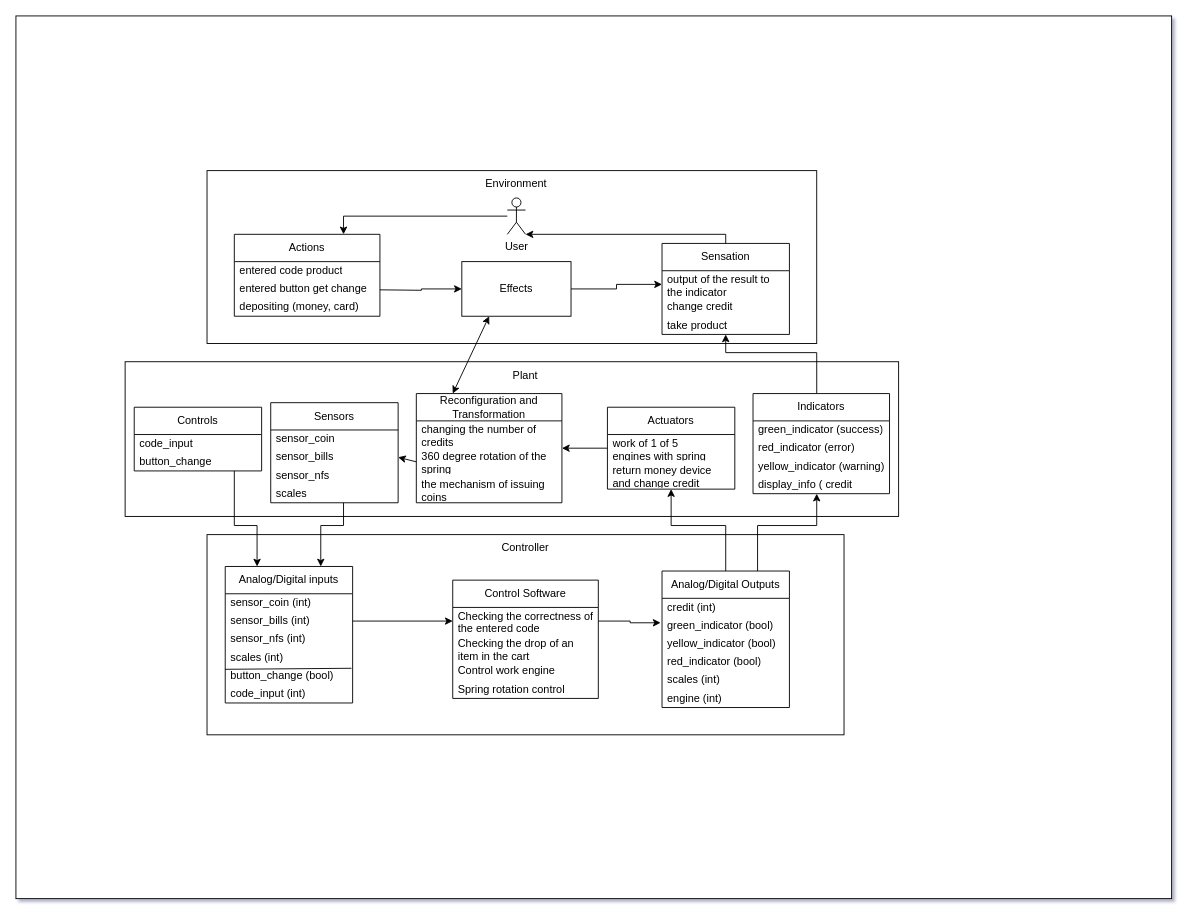
EmelyanovAlexey/Artificial_intelligence keeps this draw.io diagram as Диаграмма без названия.drawio. Above is the earlier version. Source tidied: cells renumbered, new cells numbered last; positions are measured from the earlier drawing's top-left corner, leaving out a move shared by most shapes. Both pictures are drawn from the tidied source at 91%, with x=0, y=0 at pixel (15, 15).
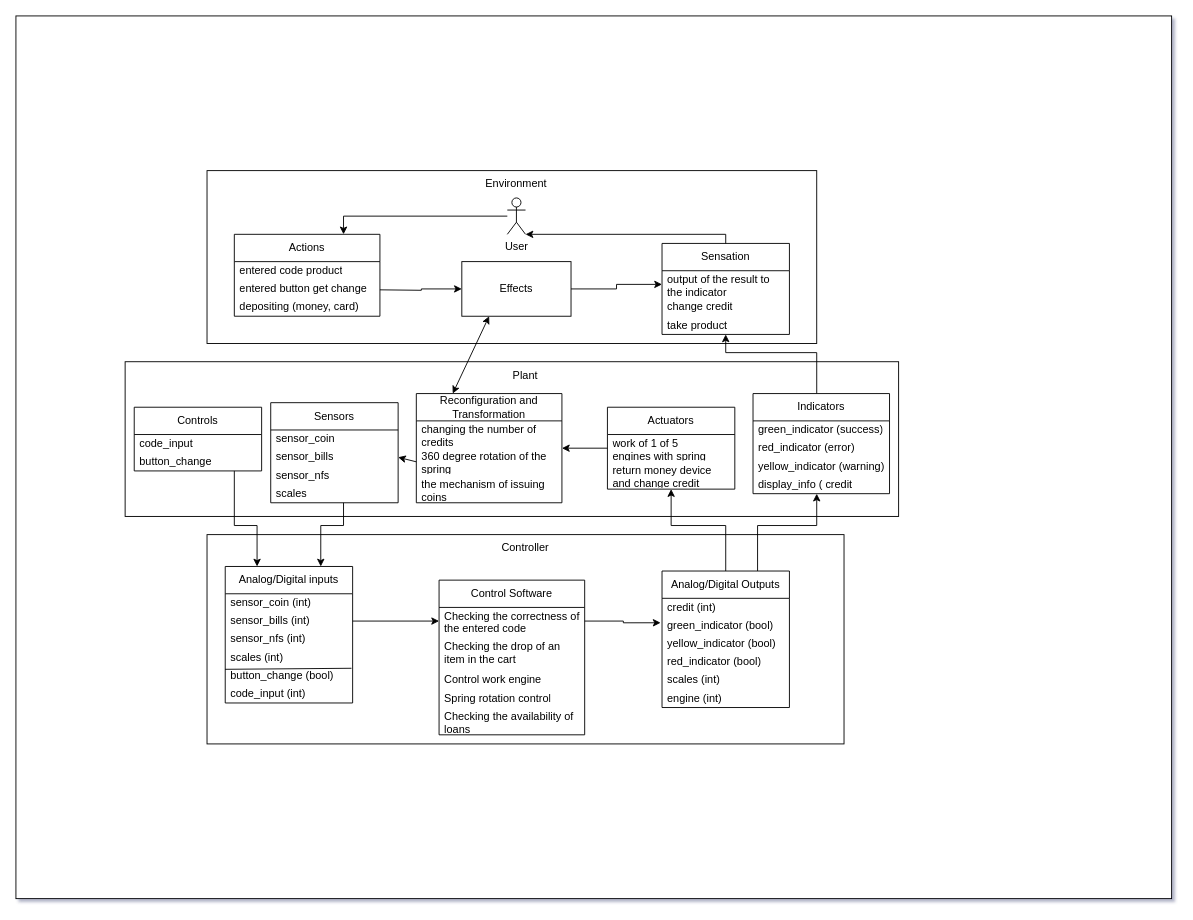
The same page after the edit.

Diff of the diagram source:
```diff
@@
     <mxCell id="18" style="rounded=0;whiteSpace=wrap;html=1;" parent="1" vertex="1">
-      <mxGeometry x="210" y="570" width="700" height="220" as="geometry" />
+      <mxGeometry x="210" y="570" width="700" height="230" as="geometry" />
     </mxCell>
@@
     <mxCell id="46" value="Control Software" style="swimlane;fontStyle=0;horizontal=1;startSize=30;whiteSpace=wrap;html=1;" parent="1" vertex="1">
-      <mxGeometry x="480" y="620" width="160" height="130" as="geometry" />
+      <mxGeometry x="465" y="620" width="160" height="170" as="geometry" />
     </mxCell>
@@
     <mxCell id="48" value="Checking the drop of an item in the cart" style="text;strokeColor=none;fillColor=none;align=left;verticalAlign=middle;spacingLeft=4;spacingRight=4;overflow=hidden;whiteSpace=wrap;html=1;" parent="46" vertex="1">
-      <mxGeometry y="60" width="160" height="30" as="geometry" />
+      <mxGeometry y="60" width="160" height="40" as="geometry" />
     </mxCell>
     <mxCell id="49" value="Control work&amp;nbsp;engine" style="text;strokeColor=none;fillColor=none;align=left;verticalAlign=middle;spacingLeft=4;spacingRight=4;overflow=hidden;whiteSpace=wrap;html=1;" parent="46" vertex="1">
-      <mxGeometry y="90" width="160" height="20" as="geometry" />
+      <mxGeometry y="100" width="160" height="20" as="geometry" />
     </mxCell>
+    <mxCell id="73" value="Spring rotation control" style="text;strokeColor=none;fillColor=none;align=left;verticalAlign=middle;spacingLeft=4;spacingRight=4;overflow=hidden;whiteSpace=wrap;html=1;" parent="46" vertex="1">
+      <mxGeometry y="120" width="160" height="20" as="geometry" />
+    </mxCell>
-    <mxCell id="50" value="Spring rotation control" style="text;strokeColor=none;fillColor=none;align=left;verticalAlign=middle;spacingLeft=4;spacingRight=4;overflow=hidden;whiteSpace=wrap;html=1;" parent="46" vertex="1">
-      <mxGeometry y="110" width="160" height="20" as="geometry" />
+    <mxCell id="50" value="Сhecking the availability of loans" style="text;strokeColor=none;fillColor=none;align=left;verticalAlign=middle;spacingLeft=4;spacingRight=4;overflow=hidden;whiteSpace=wrap;html=1;" parent="46" vertex="1">
+      <mxGeometry y="140" width="160" height="30" as="geometry" />
     </mxCell>
```
